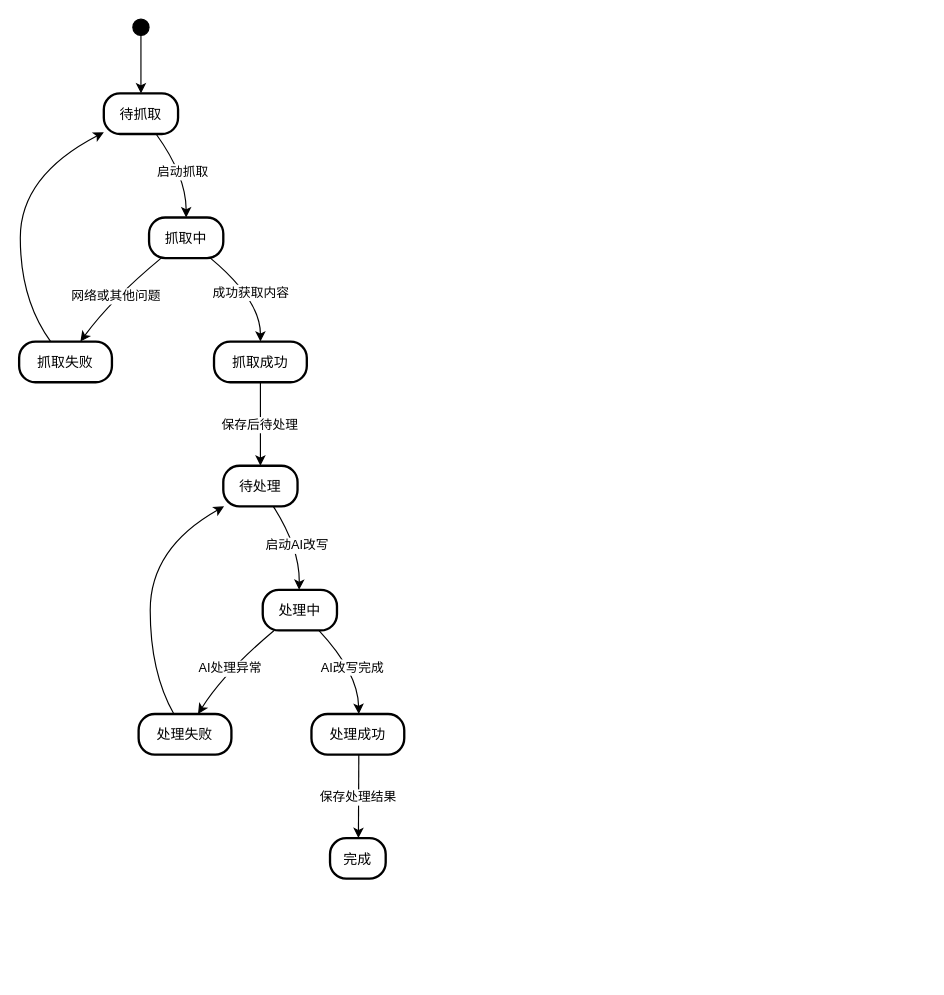
lijc210/app_storage keeps this draw.io diagram as draw.io/状态图:新闻文章处理.drawio. Above is the earlier version. Source tidied: cells renumbered, new cells numbered last; positions are measured from the earlier drawing's top-left corner, leaving out a move shared by most shapes. Both pictures are drawn from the tidied source at 116%, with x=0, y=0 at pixel (19, 19).
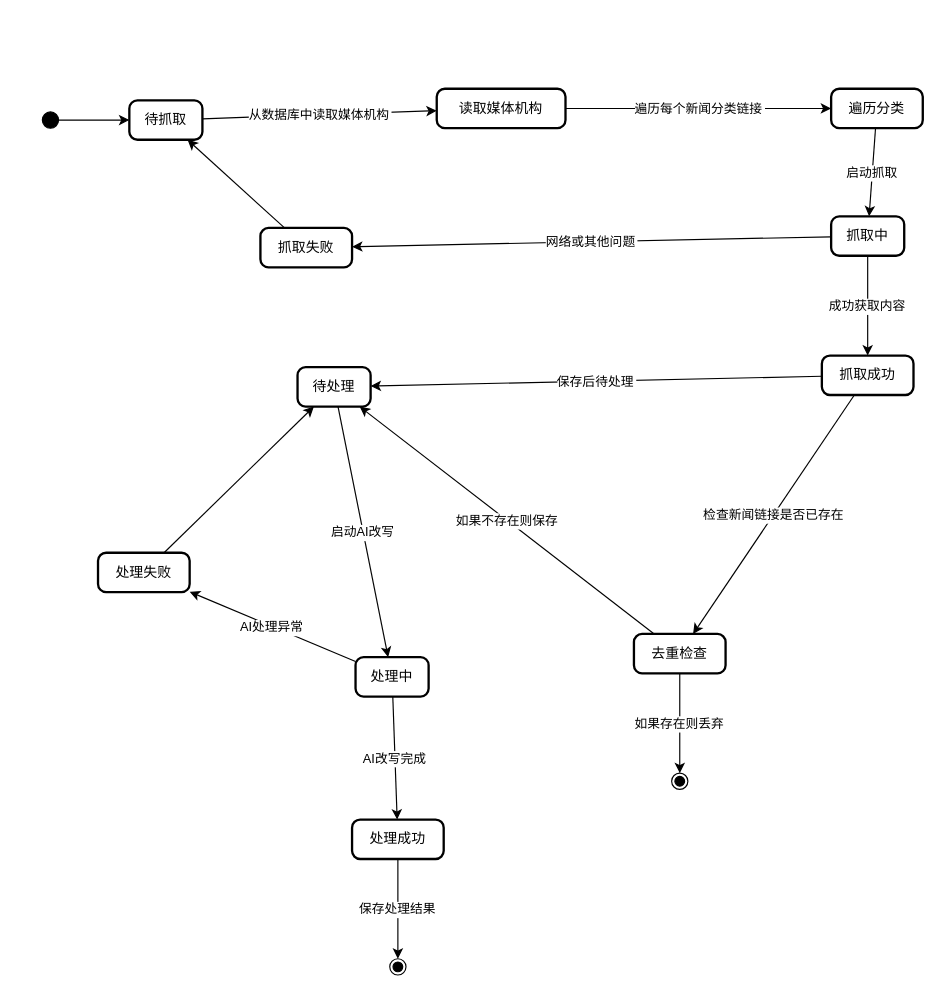
The same page after the edit.

Commit message:
更新状态图:新闻文章处理.drawio

Diff of the diagram source:
```diff
@@
-    <mxCell id="2" style="ellipse;fillColor=strokeColor;" parent="1" vertex="1">
-      <mxGeometry x="98" width="14" height="14" as="geometry" />
-    </mxCell>
+    <mxCell id="23" style="ellipse;fillColor=strokeColor;" parent="1" vertex="1">
+      <mxGeometry x="20" y="80" width="14" height="14" as="geometry" />
+    </mxCell>
-    <mxCell id="3" value="待抓取" style="rounded=1;arcSize=40;strokeWidth=2;" parent="1" vertex="1">
-      <mxGeometry x="73" y="64" width="64" height="35" as="geometry" />
+    <mxCell id="3" value="待抓取" style="rounded=1;absoluteArcSize=1;arcSize=14;whiteSpace=wrap;strokeWidth=2;" parent="1" vertex="1">
+      <mxGeometry x="95" y="70" width="63" height="34" as="geometry" />
     </mxCell>
+    <mxCell id="24" value="读取媒体机构" style="rounded=1;absoluteArcSize=1;arcSize=14;whiteSpace=wrap;strokeWidth=2;" parent="1" vertex="1">
+      <mxGeometry x="360" y="60" width="111" height="34" as="geometry" />
+    </mxCell>
+    <mxCell id="25" value="遍历分类" style="rounded=1;absoluteArcSize=1;arcSize=14;whiteSpace=wrap;strokeWidth=2;" parent="1" vertex="1">
+      <mxGeometry x="700" y="60" width="79" height="34" as="geometry" />
+    </mxCell>
-    <mxCell id="4" value="抓取中" style="rounded=1;arcSize=40;strokeWidth=2;" parent="1" vertex="1">
-      <mxGeometry x="112" y="171" width="64" height="35" as="geometry" />
+    <mxCell id="4" value="抓取中" style="rounded=1;absoluteArcSize=1;arcSize=14;whiteSpace=wrap;strokeWidth=2;" parent="1" vertex="1">
+      <mxGeometry x="700" y="170" width="63" height="34" as="geometry" />
     </mxCell>
-    <mxCell id="5" value="抓取失败" style="rounded=1;arcSize=40;strokeWidth=2;" parent="1" vertex="1">
-      <mxGeometry y="278" width="80" height="35" as="geometry" />
+    <mxCell id="5" value="抓取失败" style="rounded=1;absoluteArcSize=1;arcSize=14;whiteSpace=wrap;strokeWidth=2;" parent="1" vertex="1">
+      <mxGeometry x="208" y="180" width="79" height="34" as="geometry" />
     </mxCell>
-    <mxCell id="6" value="抓取成功" style="rounded=1;arcSize=40;strokeWidth=2;" parent="1" vertex="1">
-      <mxGeometry x="168" y="278" width="80" height="35" as="geometry" />
+    <mxCell id="6" value="抓取成功" style="rounded=1;absoluteArcSize=1;arcSize=14;whiteSpace=wrap;strokeWidth=2;" parent="1" vertex="1">
+      <mxGeometry x="692" y="290" width="79" height="34" as="geometry" />
     </mxCell>
-    <mxCell id="7" value="待处理" style="rounded=1;arcSize=40;strokeWidth=2;" parent="1" vertex="1">
-      <mxGeometry x="176" y="385" width="64" height="35" as="geometry" />
+    <mxCell id="7" value="待处理" style="rounded=1;absoluteArcSize=1;arcSize=14;whiteSpace=wrap;strokeWidth=2;" parent="1" vertex="1">
+      <mxGeometry x="240" y="300" width="63" height="34" as="geometry" />
     </mxCell>
-    <mxCell id="8" value="处理中" style="rounded=1;arcSize=40;strokeWidth=2;" parent="1" vertex="1">
-      <mxGeometry x="210" y="492" width="64" height="35" as="geometry" />
+    <mxCell id="8" value="处理中" style="rounded=1;absoluteArcSize=1;arcSize=14;whiteSpace=wrap;strokeWidth=2;" parent="1" vertex="1">
+      <mxGeometry x="290" y="550" width="63" height="34" as="geometry" />
     </mxCell>
-    <mxCell id="9" value="处理失败" style="rounded=1;arcSize=40;strokeWidth=2;" parent="1" vertex="1">
-      <mxGeometry x="103" y="599" width="80" height="35" as="geometry" />
+    <mxCell id="9" value="处理失败" style="rounded=1;absoluteArcSize=1;arcSize=14;whiteSpace=wrap;strokeWidth=2;" parent="1" vertex="1">
+      <mxGeometry x="68" y="460" width="79" height="34" as="geometry" />
     </mxCell>
-    <mxCell id="10" value="处理成功" style="rounded=1;arcSize=40;strokeWidth=2;" parent="1" vertex="1">
-      <mxGeometry x="252" y="599" width="80" height="35" as="geometry" />
+    <mxCell id="10" value="处理成功" style="rounded=1;absoluteArcSize=1;arcSize=14;whiteSpace=wrap;strokeWidth=2;" parent="1" vertex="1">
+      <mxGeometry x="287" y="690" width="79" height="34" as="geometry" />
     </mxCell>
-    <mxCell id="11" value="完成" style="rounded=1;arcSize=40;strokeWidth=2;" parent="1" vertex="1">
-      <mxGeometry x="268" y="706" width="48" height="35" as="geometry" />
-    </mxCell>
-    <mxCell id="12" style="curved=1;startArrow=none;exitX=0.5;exitY=1;entryX=0.5;entryY=0;rounded=0;" parent="1" edge="1" source="2" target="3">
-      <mxGeometry relative="1" as="geometry" />
-    </mxCell>
+    <mxCell id="26" value="去重检查" style="rounded=1;absoluteArcSize=1;arcSize=14;whiteSpace=wrap;strokeWidth=2;" parent="1" vertex="1">
+      <mxGeometry x="530" y="530" width="79" height="34" as="geometry" />
+    </mxCell>
+    <mxCell id="27" style="ellipse;shape=endState;fillColor=strokeColor;" parent="1" vertex="1">
+      <mxGeometry x="562.5" y="650" width="14" height="14" as="geometry" />
+    </mxCell>
+    <mxCell id="28" style="curved=1;startArrow=none;rounded=0;" parent="1" edge="1" source="23" target="3">
+      <mxGeometry relative="1" as="geometry" />
+    </mxCell>
+    <mxCell id="29" value="从数据库中读取媒体机构" style="curved=1;startArrow=none;rounded=0;" parent="1" edge="1" source="3" target="24">
+      <mxGeometry relative="1" as="geometry" />
+    </mxCell>
+    <mxCell id="30" value="遍历每个新闻分类链接" style="curved=1;startArrow=none;rounded=0;" parent="1" edge="1" source="24" target="25">
+      <mxGeometry relative="1" as="geometry" />
+    </mxCell>
-    <mxCell id="13" value="启动抓取" style="curved=1;startArrow=none;exitX=0.7;exitY=0.99;entryX=0.5;entryY=0;rounded=0;" parent="1" edge="1" source="3" target="4">
-      <mxGeometry relative="1" as="geometry">
-        <Array as="points">
-          <mxPoint x="144" y="135" />
-        </Array>
-      </mxGeometry>
+    <mxCell id="13" value="启动抓取" style="curved=1;startArrow=none;rounded=0;" parent="1" edge="1" source="25" target="4">
+      <mxGeometry relative="1" as="geometry" />
     </mxCell>
-    <mxCell id="14" value="网络或其他问题" style="curved=1;startArrow=none;exitX=0.17;exitY=0.99;entryX=0.66;entryY=0;rounded=0;" parent="1" edge="1" source="4" target="5">
-      <mxGeometry relative="1" as="geometry">
-        <Array as="points">
-          <mxPoint x="79" y="242" />
-        </Array>
-      </mxGeometry>
+    <mxCell id="14" value="网络或其他问题" style="curved=1;startArrow=none;rounded=0;" parent="1" edge="1" source="4" target="5">
+      <mxGeometry relative="1" as="geometry" />
     </mxCell>
-    <mxCell id="15" value="成功获取内容" style="curved=1;startArrow=none;exitX=0.82;exitY=0.99;entryX=0.5;entryY=0;rounded=0;" parent="1" edge="1" source="4" target="6">
-      <mxGeometry relative="1" as="geometry">
-        <Array as="points">
-          <mxPoint x="208" y="242" />
-        </Array>
-      </mxGeometry>
+    <mxCell id="15" value="成功获取内容" style="curved=1;startArrow=none;rounded=0;" parent="1" edge="1" source="4" target="6">
+      <mxGeometry relative="1" as="geometry" />
     </mxCell>
-    <mxCell id="16" value="保存后待处理" style="curved=1;startArrow=none;exitX=0.5;exitY=0.99;entryX=0.5;entryY=0;rounded=0;" parent="1" edge="1" source="6" target="7">
+    <mxCell id="16" value="保存后待处理" style="curved=1;startArrow=none;rounded=0;" parent="1" edge="1" source="6" target="7">
       <mxGeometry relative="1" as="geometry" />
     </mxCell>
-    <mxCell id="17" style="curved=1;startArrow=none;exitX=0.34;exitY=0;entryX=0;entryY=0.96;rounded=0;" parent="1" edge="1" source="5" target="3">
-      <mxGeometry relative="1" as="geometry">
-        <Array as="points">
-          <mxPoint x="1" y="242" />
-          <mxPoint x="1" y="135" />
-        </Array>
-      </mxGeometry>
+    <mxCell id="17" style="curved=1;startArrow=none;rounded=0;" parent="1" edge="1" source="5" target="3">
+      <mxGeometry relative="1" as="geometry" />
     </mxCell>
-    <mxCell id="18" value="启动AI改写" style="curved=1;startArrow=none;exitX=0.67;exitY=0.99;entryX=0.49;entryY=0;rounded=0;" parent="1" edge="1" source="7" target="8">
-      <mxGeometry relative="1" as="geometry">
-        <Array as="points">
-          <mxPoint x="242" y="456" />
-        </Array>
-      </mxGeometry>
+    <mxCell id="18" value="启动AI改写" style="curved=1;startArrow=none;rounded=0;" parent="1" edge="1" source="7" target="8">
+      <mxGeometry relative="1" as="geometry" />
     </mxCell>
-    <mxCell id="19" value="AI处理异常" style="curved=1;startArrow=none;exitX=0.16;exitY=0.99;entryX=0.64;entryY=0;rounded=0;" parent="1" edge="1" source="8" target="9">
-      <mxGeometry relative="1" as="geometry">
-        <Array as="points">
-          <mxPoint x="177" y="563" />
-        </Array>
-      </mxGeometry>
+    <mxCell id="19" value="AI处理异常" style="curved=1;startArrow=none;rounded=0;" parent="1" edge="1" source="8" target="9">
+      <mxGeometry relative="1" as="geometry" />
     </mxCell>
-    <mxCell id="20" value="AI改写完成" style="curved=1;startArrow=none;exitX=0.75;exitY=0.99;entryX=0.51;entryY=0;rounded=0;" parent="1" edge="1" source="8" target="10">
-      <mxGeometry relative="1" as="geometry">
-        <Array as="points">
-          <mxPoint x="292" y="563" />
-        </Array>
-      </mxGeometry>
+    <mxCell id="20" value="AI改写完成" style="curved=1;startArrow=none;rounded=0;" parent="1" edge="1" source="8" target="10">
+      <mxGeometry relative="1" as="geometry" />
     </mxCell>
-    <mxCell id="21" value="保存处理结果" style="curved=1;startArrow=none;exitX=0.51;exitY=0.99;entryX=0.51;entryY=0;rounded=0;" parent="1" edge="1" source="10" target="11">
+    <mxCell id="21" value="保存处理结果" style="curved=1;startArrow=none;rounded=0;entryDx=0;entryDy=0;" parent="1" edge="1" source="10" target="34">
       <mxGeometry relative="1" as="geometry" />
     </mxCell>
-    <mxCell id="22" style="curved=1;startArrow=none;exitX=0.38;exitY=0;entryX=0.02;entryY=0.99;rounded=0;" parent="1" edge="1" source="9" target="7">
-      <mxGeometry relative="1" as="geometry">
-        <Array as="points">
-          <mxPoint x="113" y="563" />
-          <mxPoint x="113" y="456" />
-        </Array>
-      </mxGeometry>
+    <mxCell id="22" style="curved=1;startArrow=none;rounded=0;" parent="1" edge="1" source="9" target="7">
+      <mxGeometry relative="1" as="geometry" />
     </mxCell>
+    <mxCell id="31" value="检查新闻链接是否已存在" style="curved=1;startArrow=none;rounded=0;" parent="1" edge="1" source="6" target="26">
+      <mxGeometry relative="1" as="geometry" />
+    </mxCell>
+    <mxCell id="32" value="如果存在则丢弃" style="curved=1;startArrow=none;rounded=0;" parent="1" edge="1" source="26" target="27">
+      <mxGeometry relative="1" as="geometry" />
+    </mxCell>
+    <mxCell id="33" value="如果不存在则保存" style="curved=1;startArrow=none;rounded=0;" parent="1" edge="1" source="26" target="7">
+      <mxGeometry relative="1" as="geometry" />
+    </mxCell>
+    <mxCell id="34" style="ellipse;shape=endState;fillColor=strokeColor;" parent="1" vertex="1">
+      <mxGeometry x="319.5" y="810" width="14" height="14" as="geometry" />
+    </mxCell>
```
